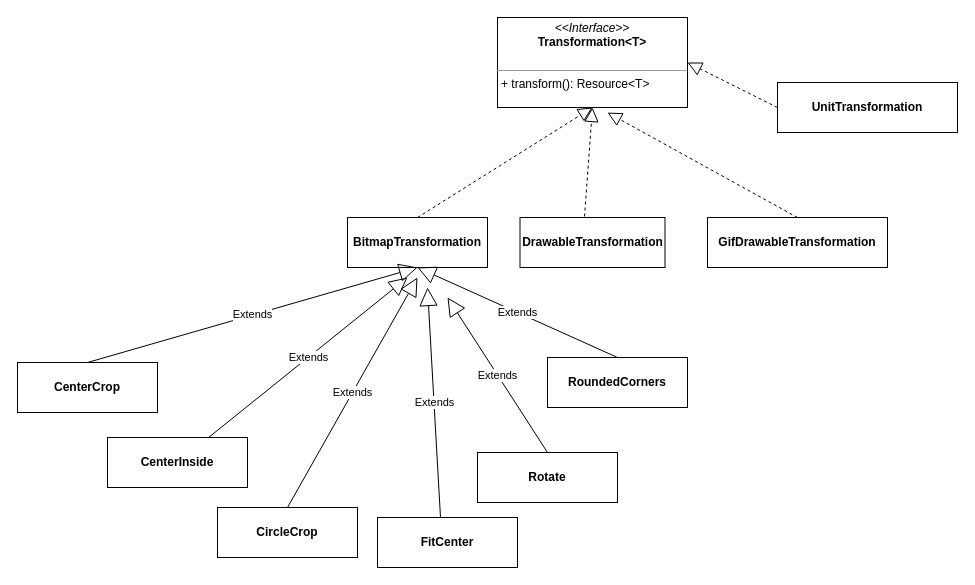
Earlier version of the draw.io diagram Android/glide/Transformation类图一览.drawio (FamliarMan/Diagram). Source tidied: cells renumbered, new cells numbered last; positions are measured from the earlier drawing's top-left corner, leaving out a move shared by most shapes. Both pictures are drawn from the tidied source at 100%, with x=0, y=0 at pixel (17, 17).
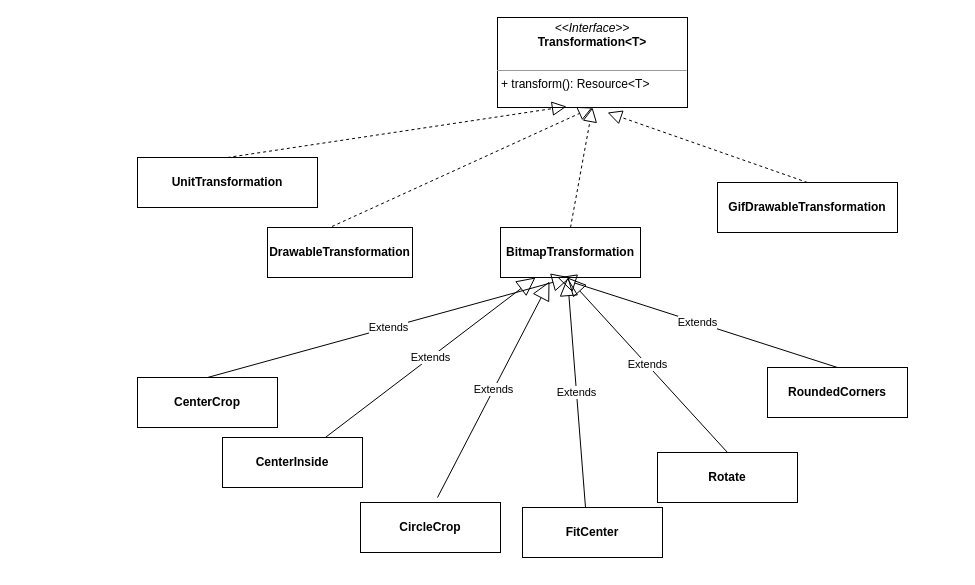
Above is the later version.

Unchanged cells that the change refers to:
```xml
<mxCell id="2" value="&lt;p style=&quot;margin: 0px ; margin-top: 4px ; text-align: center&quot;&gt;&lt;i&gt;&amp;lt;&amp;lt;Interface&amp;gt;&amp;gt;&lt;/i&gt;&lt;br&gt;&lt;b&gt;Transformation&amp;lt;T&amp;gt;&lt;/b&gt;&lt;/p&gt;&lt;p style=&quot;margin: 0px ; margin-left: 4px&quot;&gt;&lt;br&gt;&lt;/p&gt;&lt;hr size=&quot;1&quot;&gt;&lt;p style=&quot;margin: 0px ; margin-left: 4px&quot;&gt;+ transform(): Resource&amp;lt;T&amp;gt;&lt;br&gt;&lt;/p&gt;" style="verticalAlign=top;align=left;overflow=fill;fontSize=12;fontFamily=Helvetica;html=1;" parent="1" vertex="1">
  <mxGeometry x="480" width="190" height="90" as="geometry" />
</mxCell>
```

The edit, as a diff of the source:
```diff
@@
     <mxCell id="3" value="&lt;p style=&quot;margin: 0px ; margin-top: 4px ; text-align: center&quot;&gt;&lt;br&gt;&lt;b&gt;BitmapTransformation&lt;/b&gt;&lt;/p&gt;" style="verticalAlign=top;align=left;overflow=fill;fontSize=12;fontFamily=Helvetica;html=1;" parent="1" vertex="1">
-      <mxGeometry x="330" y="200" width="140" height="50" as="geometry" />
+      <mxGeometry x="483" y="210" width="140" height="50" as="geometry" />
     </mxCell>
@@
     <mxCell id="5" value="&lt;p style=&quot;margin: 0px ; margin-top: 4px ; text-align: center&quot;&gt;&lt;br&gt;&lt;b&gt;CenterCrop&lt;/b&gt;&lt;/p&gt;" style="verticalAlign=top;align=left;overflow=fill;fontSize=12;fontFamily=Helvetica;html=1;" parent="1" vertex="1">
-      <mxGeometry y="345" width="140" height="50" as="geometry" />
+      <mxGeometry x="120" y="360" width="140" height="50" as="geometry" />
     </mxCell>
@@
     <mxCell id="7" value="&lt;p style=&quot;margin: 0px ; margin-top: 4px ; text-align: center&quot;&gt;&lt;br&gt;&lt;b&gt;CenterInside&lt;/b&gt;&lt;/p&gt;" style="verticalAlign=top;align=left;overflow=fill;fontSize=12;fontFamily=Helvetica;html=1;" parent="1" vertex="1">
-      <mxGeometry x="90" y="420" width="140" height="50" as="geometry" />
+      <mxGeometry x="205" y="420" width="140" height="50" as="geometry" />
     </mxCell>
     <mxCell id="8" value="Extends" style="endArrow=block;endSize=16;endFill=0;html=1;exitX=0.5;exitY=0;exitDx=0;exitDy=0;" parent="1" edge="1" source="12">
       <mxGeometry relative="1" as="geometry">
-        <mxPoint x="400" y="250" as="targetPoint" />
+        <mxPoint x="540" y="260" as="targetPoint" />
       </mxGeometry>
     </mxCell>
     <mxCell id="9" value="&lt;p style=&quot;margin: 0px ; margin-top: 4px ; text-align: center&quot;&gt;&lt;br&gt;&lt;b&gt;CircleCrop&lt;/b&gt;&lt;/p&gt;" style="verticalAlign=top;align=left;overflow=fill;fontSize=12;fontFamily=Helvetica;html=1;" parent="1" vertex="1">
-      <mxGeometry x="200" y="490" width="140" height="50" as="geometry" />
+      <mxGeometry x="343" y="485" width="140" height="50" as="geometry" />
     </mxCell>
     <mxCell id="10" value="&lt;p style=&quot;margin: 0px ; margin-top: 4px ; text-align: center&quot;&gt;&lt;br&gt;&lt;b&gt;FitCenter&lt;/b&gt;&lt;/p&gt;" style="verticalAlign=top;align=left;overflow=fill;fontSize=12;fontFamily=Helvetica;html=1;" parent="1" vertex="1">
-      <mxGeometry x="360" y="500" width="140" height="50" as="geometry" />
+      <mxGeometry x="505" y="490" width="140" height="50" as="geometry" />
     </mxCell>
     <mxCell id="11" value="&lt;p style=&quot;margin: 0px ; margin-top: 4px ; text-align: center&quot;&gt;&lt;br&gt;&lt;b&gt;Rotate&lt;/b&gt;&lt;/p&gt;" style="verticalAlign=top;align=left;overflow=fill;fontSize=12;fontFamily=Helvetica;html=1;" parent="1" vertex="1">
-      <mxGeometry x="460" y="435" width="140" height="50" as="geometry" />
+      <mxGeometry x="640" y="435" width="140" height="50" as="geometry" />
     </mxCell>
     <mxCell id="12" value="&lt;p style=&quot;margin: 0px ; margin-top: 4px ; text-align: center&quot;&gt;&lt;br&gt;&lt;b&gt;RoundedCorners&lt;/b&gt;&lt;/p&gt;" style="verticalAlign=top;align=left;overflow=fill;fontSize=12;fontFamily=Helvetica;html=1;" parent="1" vertex="1">
-      <mxGeometry x="530" y="340" width="140" height="50" as="geometry" />
+      <mxGeometry x="750" y="350" width="140" height="50" as="geometry" />
     </mxCell>
-    <mxCell id="13" value="Extends" style="endArrow=block;endSize=16;endFill=0;html=1;" parent="1" edge="1" source="7">
-      <mxGeometry relative="1" as="geometry">
-        <mxPoint x="390" y="260" as="targetPoint" />
-      </mxGeometry>
+    <mxCell id="13" value="Extends" style="endArrow=block;endSize=16;endFill=0;html=1;entryX=0.25;entryY=1;entryDx=0;entryDy=0;" parent="1" edge="1" source="7" target="3">
+      <mxGeometry relative="1" as="geometry" />
     </mxCell>
-    <mxCell id="14" value="Extends" style="endArrow=block;endSize=16;endFill=0;html=1;" parent="1" edge="1">
+    <mxCell id="14" value="Extends" style="endArrow=block;endSize=16;endFill=0;html=1;entryX=0.35;entryY=1.08;entryDx=0;entryDy=0;entryPerimeter=0;" parent="1" edge="1" target="3">
       <mxGeometry relative="1" as="geometry">
-        <mxPoint x="270" y="490" as="sourcePoint" />
-        <mxPoint x="400" y="260" as="targetPoint" />
+        <mxPoint x="420" y="480" as="sourcePoint" />
       </mxGeometry>
     </mxCell>
     <mxCell id="15" value="Extends" style="endArrow=block;endSize=16;endFill=0;html=1;exitX=0.45;exitY=0;exitDx=0;exitDy=0;exitPerimeter=0;" parent="1" edge="1" source="10">
       <mxGeometry relative="1" as="geometry">
-        <mxPoint x="410" y="270" as="targetPoint" />
+        <mxPoint x="550" y="260" as="targetPoint" />
       </mxGeometry>
     </mxCell>
     <mxCell id="16" value="Extends" style="endArrow=block;endSize=16;endFill=0;html=1;exitX=0.5;exitY=0;exitDx=0;exitDy=0;" parent="1" edge="1" source="11">
       <mxGeometry relative="1" as="geometry">
-        <mxPoint x="430" y="280" as="targetPoint" />
+        <mxPoint x="550" y="260" as="targetPoint" />
       </mxGeometry>
     </mxCell>
     <mxCell id="17" value="&lt;p style=&quot;margin: 0px ; margin-top: 4px ; text-align: center&quot;&gt;&lt;br&gt;&lt;b&gt;DrawableTransformation&lt;/b&gt;&lt;/p&gt;" style="verticalAlign=top;align=left;overflow=fill;fontSize=12;fontFamily=Helvetica;html=1;" parent="1" vertex="1">
-      <mxGeometry x="502.5" y="200" width="145" height="50" as="geometry" />
+      <mxGeometry x="250" y="210" width="145" height="50" as="geometry" />
     </mxCell>
     <mxCell id="18" value="&lt;p style=&quot;margin: 0px ; margin-top: 4px ; text-align: center&quot;&gt;&lt;br&gt;&lt;b&gt;GifDrawableTransformation&lt;/b&gt;&lt;/p&gt;" style="verticalAlign=top;align=left;overflow=fill;fontSize=12;fontFamily=Helvetica;html=1;" parent="1" vertex="1">
-      <mxGeometry x="690" y="200" width="180" height="50" as="geometry" />
+      <mxGeometry x="700" y="165" width="180" height="50" as="geometry" />
     </mxCell>
     <mxCell id="19" value="&lt;p style=&quot;margin: 0px ; margin-top: 4px ; text-align: center&quot;&gt;&lt;br&gt;&lt;b&gt;UnitTransformation&lt;/b&gt;&lt;/p&gt;" style="verticalAlign=top;align=left;overflow=fill;fontSize=12;fontFamily=Helvetica;html=1;" parent="1" vertex="1">
-      <mxGeometry x="760" y="65" width="180" height="50" as="geometry" />
+      <mxGeometry x="120" y="140" width="180" height="50" as="geometry" />
     </mxCell>
-    <mxCell id="20" style="endArrow=block;dashed=1;endFill=0;endSize=12;html=1;entryX=1;entryY=0.5;entryDx=0;entryDy=0;" parent="1" edge="1" target="2">
-      <mxGeometry relative="1" as="geometry">
-        <mxPoint x="760" y="90" as="sourcePoint" />
-      </mxGeometry>
+    <mxCell id="20" style="endArrow=block;dashed=1;endFill=0;endSize=12;html=1;entryX=0.363;entryY=0.989;entryDx=0;entryDy=0;exitX=0.5;exitY=0;exitDx=0;exitDy=0;entryPerimeter=0;" parent="1" edge="1" source="19" target="2">
+      <mxGeometry relative="1" as="geometry" />
     </mxCell>
```
